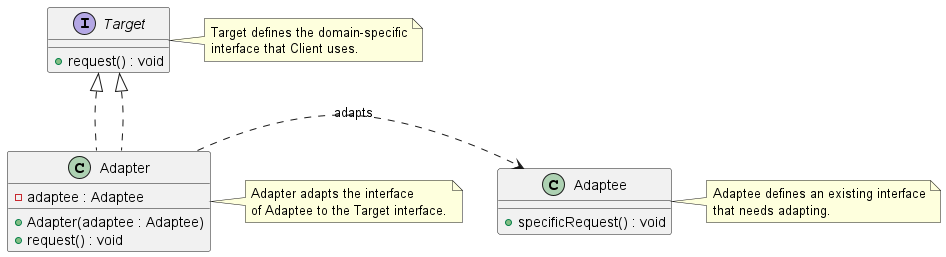
The PlantUML diagram Patterns/Manuscript/manuscript/images/ch06_Adapter/AdapterPatternClassDiagram.png in Gabriel-SoftwareAG/DesignPatterns, before a commit.
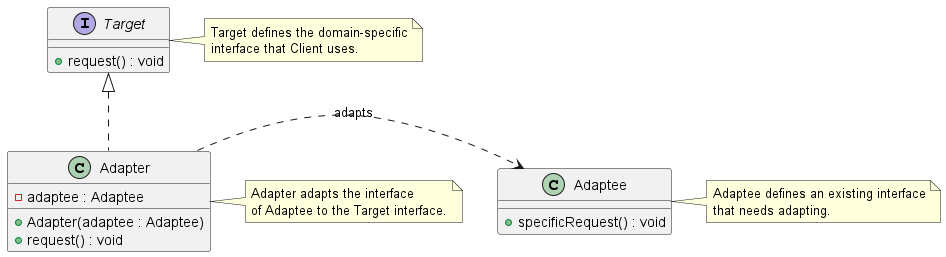
Above is the later version.

Change to the diagram source:
```diff
@@ -15,7 +15,6 @@
 }
 
 Adapter .right.> Adaptee : adapts
-Target <|.. Adapter
 
 note right of Target
   Target defines the domain-specific
```
